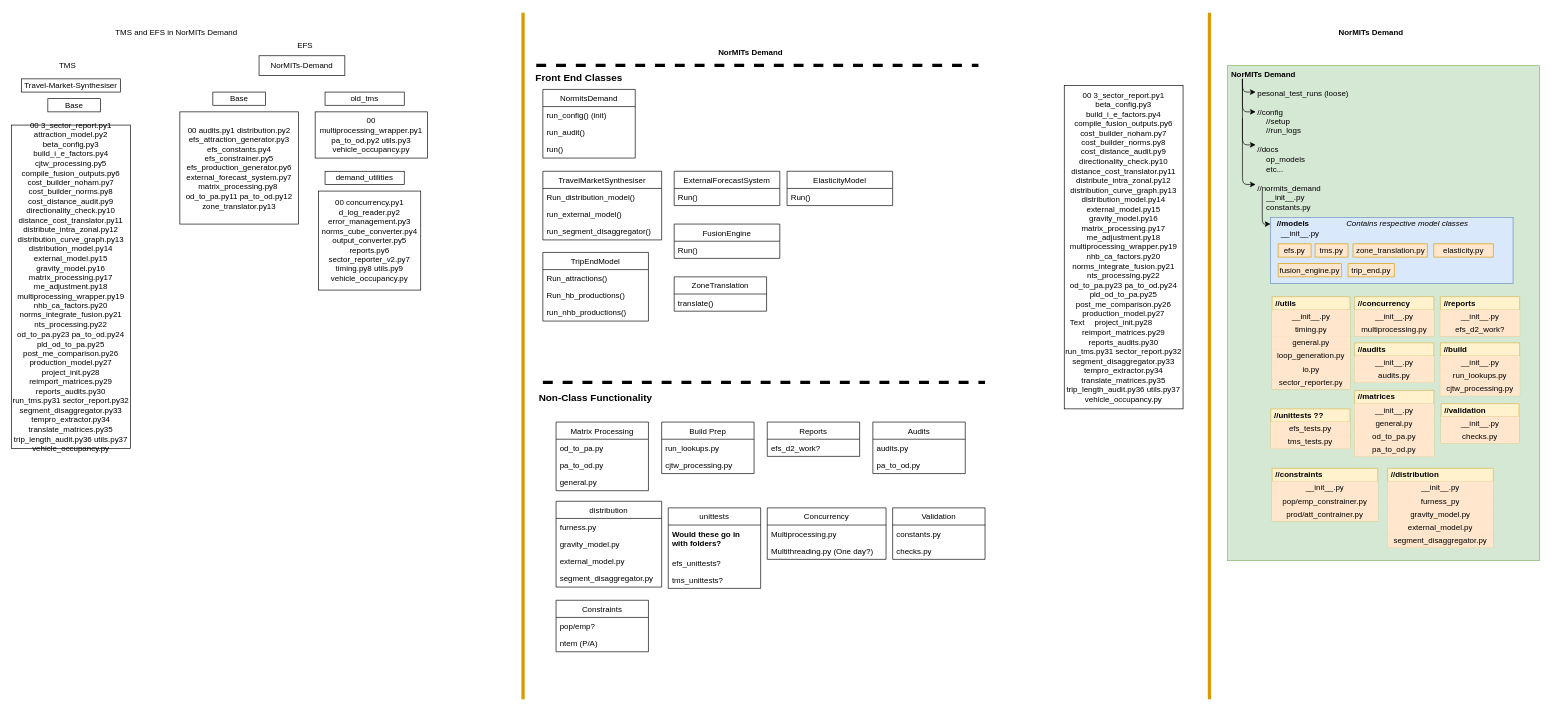
Above: op_models/demand_merge_structure.drawio in Transport-for-the-North/NorMITs-Demand (draw.io), before the change. Source tidied: cells renumbered, new cells numbered last; positions are measured from the earlier drawing's top-left corner, leaving out a move shared by most shapes. Both pictures are drawn from the tidied source at 66%, with x=0, y=0 at pixel (11, 13).
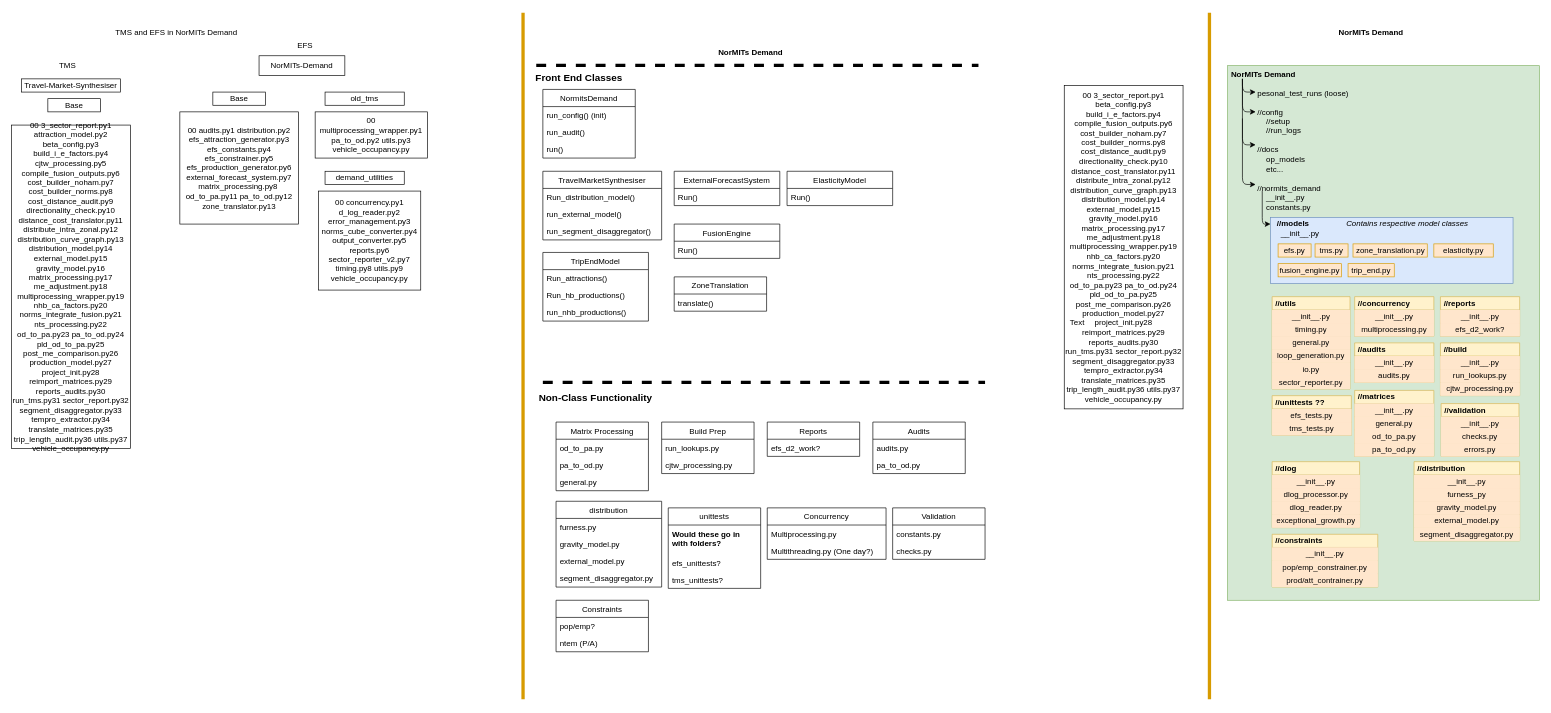
The same page after the edit.

Commit message:
Update to include dlog code

The edit, as a diff of the source:
```diff
@@
     <mxCell id="75" value="&lt;blockquote style=&quot;margin: 0 0 0 40px ; border: none ; padding: 0px&quot;&gt;&lt;/blockquote&gt;&lt;blockquote style=&quot;margin: 0 0 0 40px ; border: none ; padding: 0px&quot;&gt;&lt;br&gt;&lt;/blockquote&gt;&lt;blockquote style=&quot;margin: 0 0 0 40px ; border: none ; padding: 0px&quot;&gt;&lt;/blockquote&gt;&lt;blockquote style=&quot;margin: 0 0 0 40px ; border: none ; padding: 0px&quot;&gt;&lt;/blockquote&gt;&lt;blockquote style=&quot;margin: 0 0 0 40px ; border: none ; padding: 0px&quot;&gt;&lt;/blockquote&gt;&lt;blockquote style=&quot;margin: 0 0 0 40px ; border: none ; padding: 0px&quot;&gt;&lt;/blockquote&gt;&lt;blockquote style=&quot;margin: 0 0 0 40px ; border: none ; padding: 0px&quot;&gt;&lt;/blockquote&gt;&lt;blockquote style=&quot;margin: 0 0 0 40px ; border: none ; padding: 0px&quot;&gt;&lt;/blockquote&gt;&lt;blockquote style=&quot;margin: 0 0 0 40px ; border: none ; padding: 0px&quot;&gt;&lt;/blockquote&gt;" style="text;html=1;align=left;verticalAlign=middle;whiteSpace=wrap;rounded=0;fillColor=#d5e8d4;strokeColor=#82b366;" parent="1" vertex="1">
-      <mxGeometry x="1842.5" y="80" width="472.5" height="750" as="geometry" />
+      <mxGeometry x="1842.5" y="80" width="472.5" height="810" as="geometry" />
     </mxCell>
@@
     <mxCell id="101" value="&amp;nbsp;//distribution" style="shape=table;html=1;whiteSpace=wrap;startSize=20;childLayout=tableLayout;fontStyle=1;align=left;fillColor=#fff2cc;strokeColor=#d6b656;" parent="1" vertex="1">
-      <mxGeometry x="2085" y="690" width="160" height="120" as="geometry" />
+      <mxGeometry x="2125" y="680" width="160" height="120" as="geometry" />
     </mxCell>
@@
     <mxCell id="117" value="&amp;nbsp;//unittests ??" style="shape=table;html=1;whiteSpace=wrap;startSize=20;childLayout=tableLayout;fontStyle=1;align=left;fillColor=#fff2cc;strokeColor=#d6b656;" parent="1" vertex="1">
-      <mxGeometry x="1908" y="600" width="120" height="60" as="geometry" />
+      <mxGeometry x="1910" y="580" width="120" height="60" as="geometry" />
     </mxCell>
@@
     <mxCell id="134" value="&amp;nbsp;//constraints" style="shape=table;html=1;whiteSpace=wrap;startSize=20;childLayout=tableLayout;fontStyle=1;align=left;fillColor=#fff2cc;strokeColor=#d6b656;" parent="1" vertex="1">
-      <mxGeometry x="1910" y="690" width="160" height="80" as="geometry" />
+      <mxGeometry x="1910" y="790" width="160" height="80" as="geometry" />
     </mxCell>
@@
     <mxCell id="146" value="&amp;nbsp;//validation" style="shape=table;html=1;whiteSpace=wrap;startSize=20;childLayout=tableLayout;fontStyle=1;align=left;fillColor=#fff2cc;strokeColor=#d6b656;" parent="1" vertex="1">
-      <mxGeometry x="2166" y="592" width="118" height="60" as="geometry" />
+      <mxGeometry x="2166" y="592" width="118" height="80" as="geometry" />
     </mxCell>
@@
+    <mxCell id="164" style="shape=partialRectangle;html=1;whiteSpace=wrap;fillColor=#ffe6cc;top=0;left=0;bottom=0;right=0;strokeColor=#d79b00;" parent="146" vertex="1">
+      <mxGeometry y="60" width="118" height="20" as="geometry" />
+    </mxCell>
+    <mxCell id="165" value="errors.py" style="shape=partialRectangle;html=1;whiteSpace=wrap;fillColor=#ffe6cc;top=0;left=0;bottom=0;right=0;overflow=hidden;strokeColor=#d79b00;" parent="164" vertex="1">
+      <mxGeometry width="118" height="20" as="geometry" />
+    </mxCell>
@@
+    <mxCell id="166" value="&amp;nbsp;//dlog" style="shape=table;html=1;whiteSpace=wrap;startSize=20;childLayout=tableLayout;fontStyle=1;align=left;fillColor=#fff2cc;strokeColor=#d6b656;" parent="1" vertex="1">
+      <mxGeometry x="1910" y="680" width="132.5" height="100" as="geometry" />
+    </mxCell>
+    <mxCell id="167" style="shape=partialRectangle;html=1;whiteSpace=wrap;fillColor=#ffe6cc;top=0;left=0;bottom=0;right=0;strokeColor=#d79b00;" parent="166" vertex="1">
+      <mxGeometry y="20" width="132.5" height="20" as="geometry" />
+    </mxCell>
+    <mxCell id="168" value="__init__.py" style="shape=partialRectangle;html=1;whiteSpace=wrap;fillColor=#ffe6cc;top=0;left=0;bottom=0;right=0;overflow=hidden;strokeColor=#d79b00;" parent="167" vertex="1">
+      <mxGeometry width="133" height="20" as="geometry" />
+    </mxCell>
+    <mxCell id="169" style="shape=partialRectangle;html=1;whiteSpace=wrap;fillColor=#ffe6cc;top=0;left=0;bottom=0;right=0;strokeColor=#d79b00;" parent="166" vertex="1">
+      <mxGeometry y="40" width="132.5" height="20" as="geometry" />
+    </mxCell>
+    <mxCell id="170" value="dlog_processor.py" style="shape=partialRectangle;html=1;whiteSpace=wrap;fillColor=#ffe6cc;top=0;left=0;bottom=0;right=0;overflow=hidden;strokeColor=#d79b00;" parent="169" vertex="1">
+      <mxGeometry width="133" height="20" as="geometry" />
+    </mxCell>
+    <mxCell id="171" style="shape=partialRectangle;html=1;whiteSpace=wrap;fillColor=#ffe6cc;top=0;left=0;bottom=0;right=0;strokeColor=#d79b00;" parent="166" vertex="1">
+      <mxGeometry y="60" width="132.5" height="20" as="geometry" />
+    </mxCell>
+    <mxCell id="172" value="dlog_reader.py" style="shape=partialRectangle;html=1;whiteSpace=wrap;fillColor=#ffe6cc;top=0;left=0;bottom=0;right=0;overflow=hidden;strokeColor=#d79b00;" parent="171" vertex="1">
+      <mxGeometry width="133" height="20" as="geometry" />
+    </mxCell>
+    <mxCell id="173" style="shape=partialRectangle;html=1;whiteSpace=wrap;fillColor=#ffe6cc;top=0;left=0;bottom=0;right=0;strokeColor=#d79b00;" parent="166" vertex="1">
+      <mxGeometry y="80" width="132.5" height="20" as="geometry" />
+    </mxCell>
+    <mxCell id="174" value="exceptional_growth.py" style="shape=partialRectangle;html=1;whiteSpace=wrap;fillColor=#ffe6cc;top=0;left=0;bottom=0;right=0;overflow=hidden;strokeColor=#d79b00;" parent="173" vertex="1">
+      <mxGeometry width="133" height="20" as="geometry" />
+    </mxCell>
```
